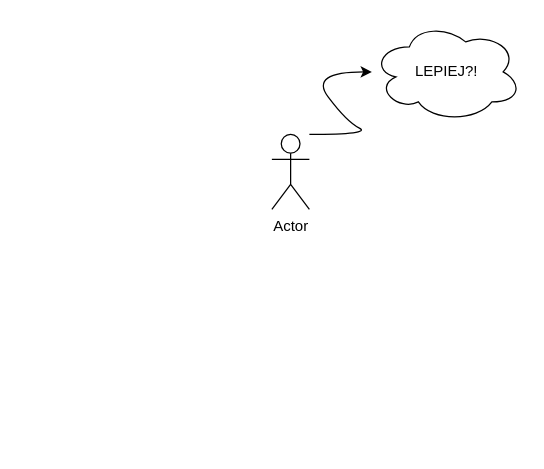
Above: Diagram bez tytułu.drawio in Kokarollka/praca-dyplomowa-gr3 (draw.io), before the change. Source tidied: cells renumbered, new cells numbered last; positions are measured from the earlier drawing's top-left corner, leaving out a move shared by most shapes. Both pictures are drawn from the tidied source at 125%, with x=0, y=0 at pixel (271, 21).
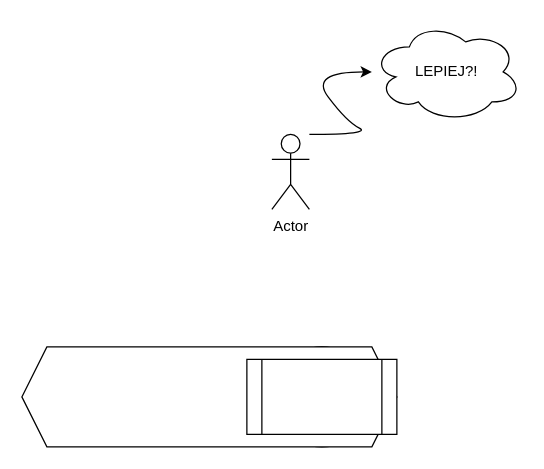
The same diagram, later.

Change to the diagram source:
```diff
@@
 <mxGraphModel>
   <root>
     <mxCell id="0" />
     <mxCell id="1" parent="0" />
     <mxCell id="2" value="Actor" style="shape=umlActor;verticalLabelPosition=bottom;verticalAlign=top;html=1;" parent="1" vertex="1">
       <mxGeometry y="90" width="30" height="60" as="geometry" />
     </mxCell>
     <mxCell id="3" value="LEPIEJ?!" style="ellipse;shape=cloud;whiteSpace=wrap;html=1;" parent="1" vertex="1">
       <mxGeometry x="80" width="120" height="80" as="geometry" />
     </mxCell>
     <mxCell id="4" style="curved=1;endArrow=classic;html=1;rounded=0;" parent="1" edge="1">
       <mxGeometry relative="1" as="geometry">
         <mxPoint x="30" y="90" as="sourcePoint" />
         <mxPoint x="80" y="40" as="targetPoint" />
         <Array as="points">
           <mxPoint x="80" y="90" />
           <mxPoint x="60" y="80" />
           <mxPoint x="30" y="40" />
         </Array>
       </mxGeometry>
     </mxCell>
+    <mxCell id="5" style="ellipse;whiteSpace=wrap;html=1;" parent="1" vertex="1">
+      <mxGeometry y="260" width="80" height="80" as="geometry" />
+    </mxCell>
+    <mxCell id="6" style="shape=hexagon;perimeter=hexagonPerimeter2;whiteSpace=wrap;html=1;fixedSize=1;" parent="1" vertex="1">
+      <mxGeometry x="-200" y="260" width="300" height="80" as="geometry" />
+    </mxCell>
+    <mxCell id="7" style="shape=process;whiteSpace=wrap;html=1;backgroundOutline=1;" parent="1" vertex="1">
+      <mxGeometry x="-20" y="270" width="120" height="60" as="geometry" />
+    </mxCell>
   </root>
 </mxGraphModel>
```
